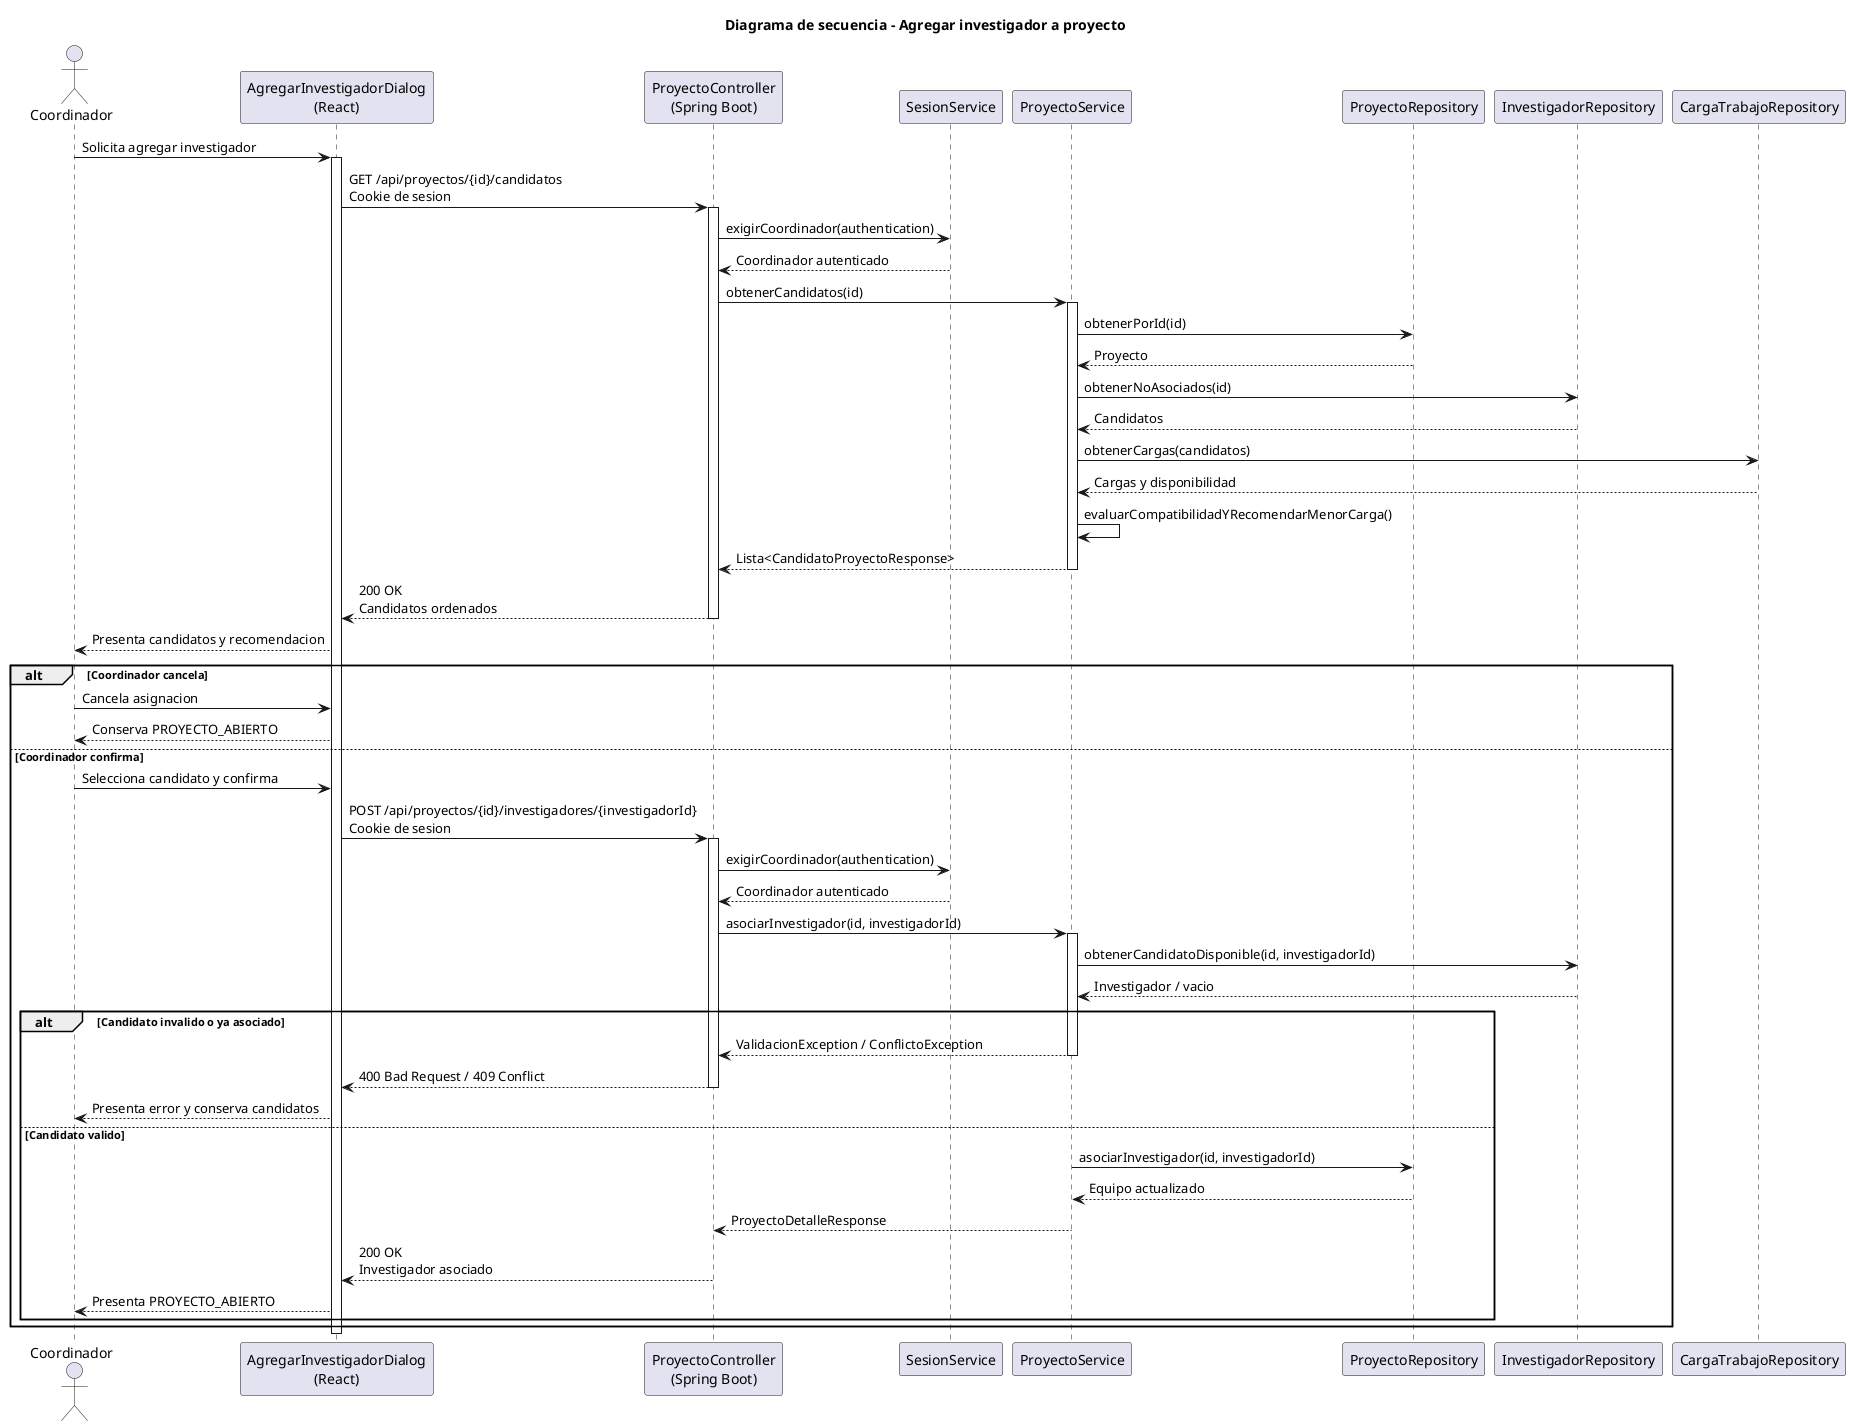
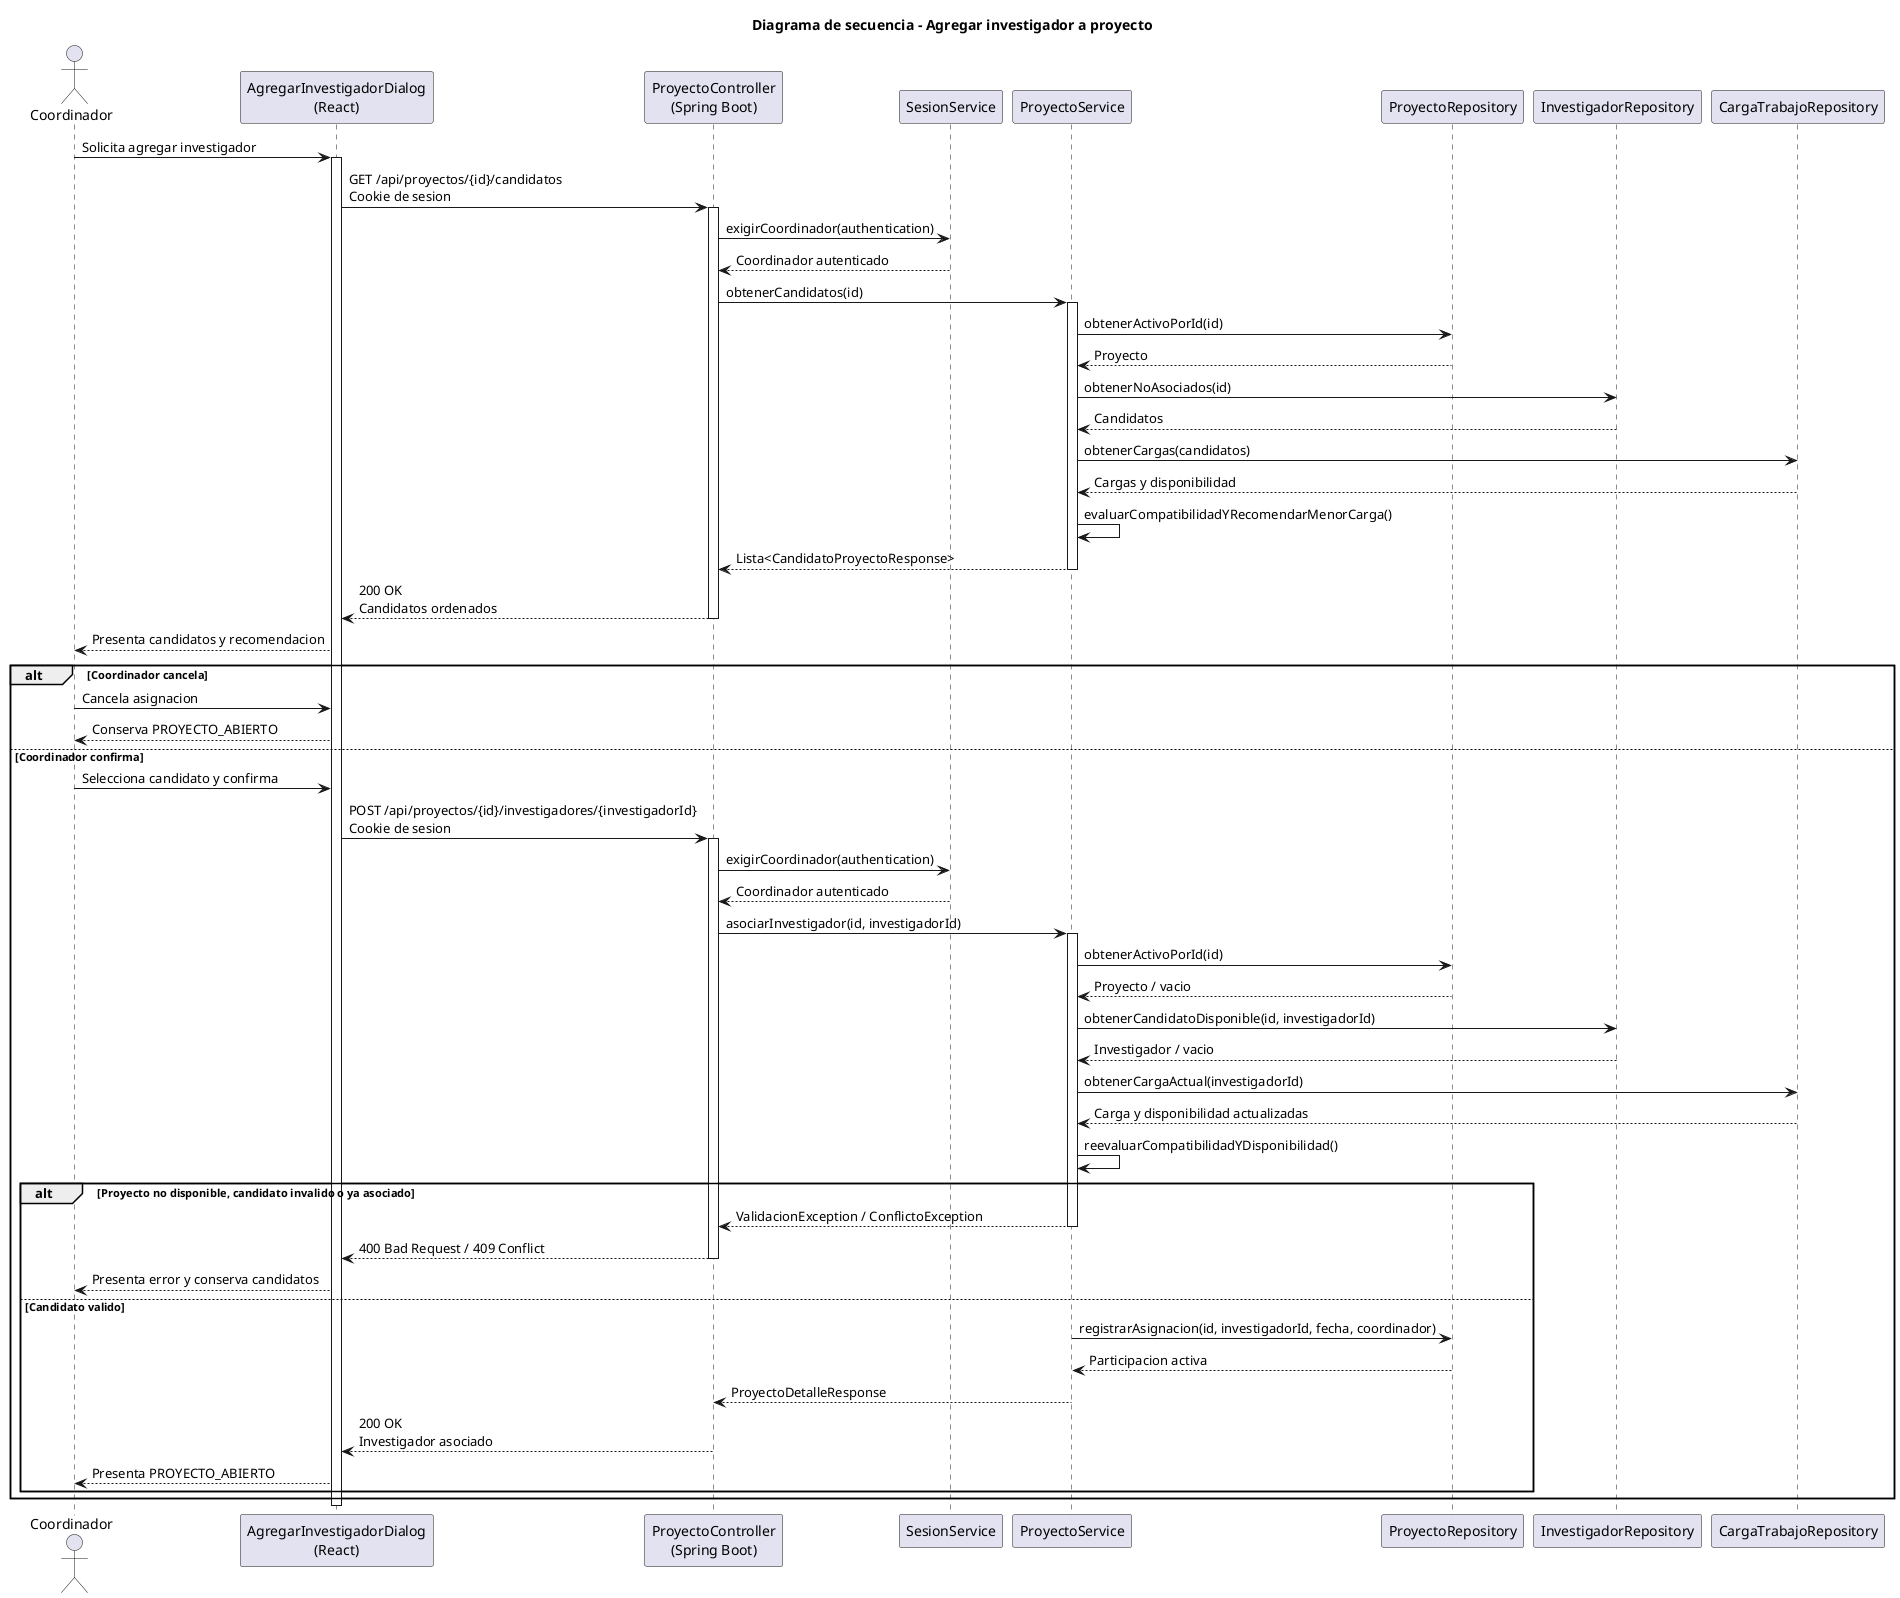
@startuml agregarInvestigador-coordinador-diseno
title Diagrama de secuencia - Agregar investigador a proyecto

actor Coordinador
participant "AgregarInvestigadorDialog\n(React)" as Frontend
participant "ProyectoController\n(Spring Boot)" as Api
participant "SesionService" as Sesion
participant "ProyectoService" as Service
participant "ProyectoRepository" as Repo
participant "InvestigadorRepository" as InvestigadorRepo
participant "CargaTrabajoRepository" as CargaRepo

Coordinador -> Frontend: Solicita agregar investigador
activate Frontend
Frontend -> Api: GET /api/proyectos/{id}/candidatos\nCookie de sesion
activate Api
Api -> Sesion: exigirCoordinador(authentication)
Sesion --> Api: Coordinador autenticado
Api -> Service: obtenerCandidatos(id)
activate Service
- Service -> Repo: obtenerPorId(id)
+ Service -> Repo: obtenerActivoPorId(id)
Repo --> Service: Proyecto
Service -> InvestigadorRepo: obtenerNoAsociados(id)
InvestigadorRepo --> Service: Candidatos
Service -> CargaRepo: obtenerCargas(candidatos)
CargaRepo --> Service: Cargas y disponibilidad
Service -> Service: evaluarCompatibilidadYRecomendarMenorCarga()
Service --> Api: Lista<CandidatoProyectoResponse>
deactivate Service
Api --> Frontend: 200 OK\nCandidatos ordenados
deactivate Api
Frontend --> Coordinador: Presenta candidatos y recomendacion
alt Coordinador cancela
    Coordinador -> Frontend: Cancela asignacion
    Frontend --> Coordinador: Conserva PROYECTO_ABIERTO
else Coordinador confirma
    Coordinador -> Frontend: Selecciona candidato y confirma
    Frontend -> Api: POST /api/proyectos/{id}/investigadores/{investigadorId}\nCookie de sesion
    activate Api
    Api -> Sesion: exigirCoordinador(authentication)
    Sesion --> Api: Coordinador autenticado
    Api -> Service: asociarInvestigador(id, investigadorId)
    activate Service
+     Service -> Repo: obtenerActivoPorId(id)
+     Repo --> Service: Proyecto / vacio
    Service -> InvestigadorRepo: obtenerCandidatoDisponible(id, investigadorId)
    InvestigadorRepo --> Service: Investigador / vacio
-     alt Candidato invalido o ya asociado
+     Service -> CargaRepo: obtenerCargaActual(investigadorId)
+     CargaRepo --> Service: Carga y disponibilidad actualizadas
+     Service -> Service: reevaluarCompatibilidadYDisponibilidad()
+     alt Proyecto no disponible, candidato invalido o ya asociado
        Service --> Api: ValidacionException / ConflictoException
        deactivate Service
        Api --> Frontend: 400 Bad Request / 409 Conflict
        deactivate Api
        Frontend --> Coordinador: Presenta error y conserva candidatos
    else Candidato valido
-         Service -> Repo: asociarInvestigador(id, investigadorId)
-         Repo --> Service: Equipo actualizado
+         Service -> Repo: registrarAsignacion(id, investigadorId, fecha, coordinador)
+         Repo --> Service: Participacion activa
        Service --> Api: ProyectoDetalleResponse
        deactivate Service
        Api --> Frontend: 200 OK\nInvestigador asociado
        deactivate Api
        Frontend --> Coordinador: Presenta PROYECTO_ABIERTO
    end
end
deactivate Frontend
@enduml
